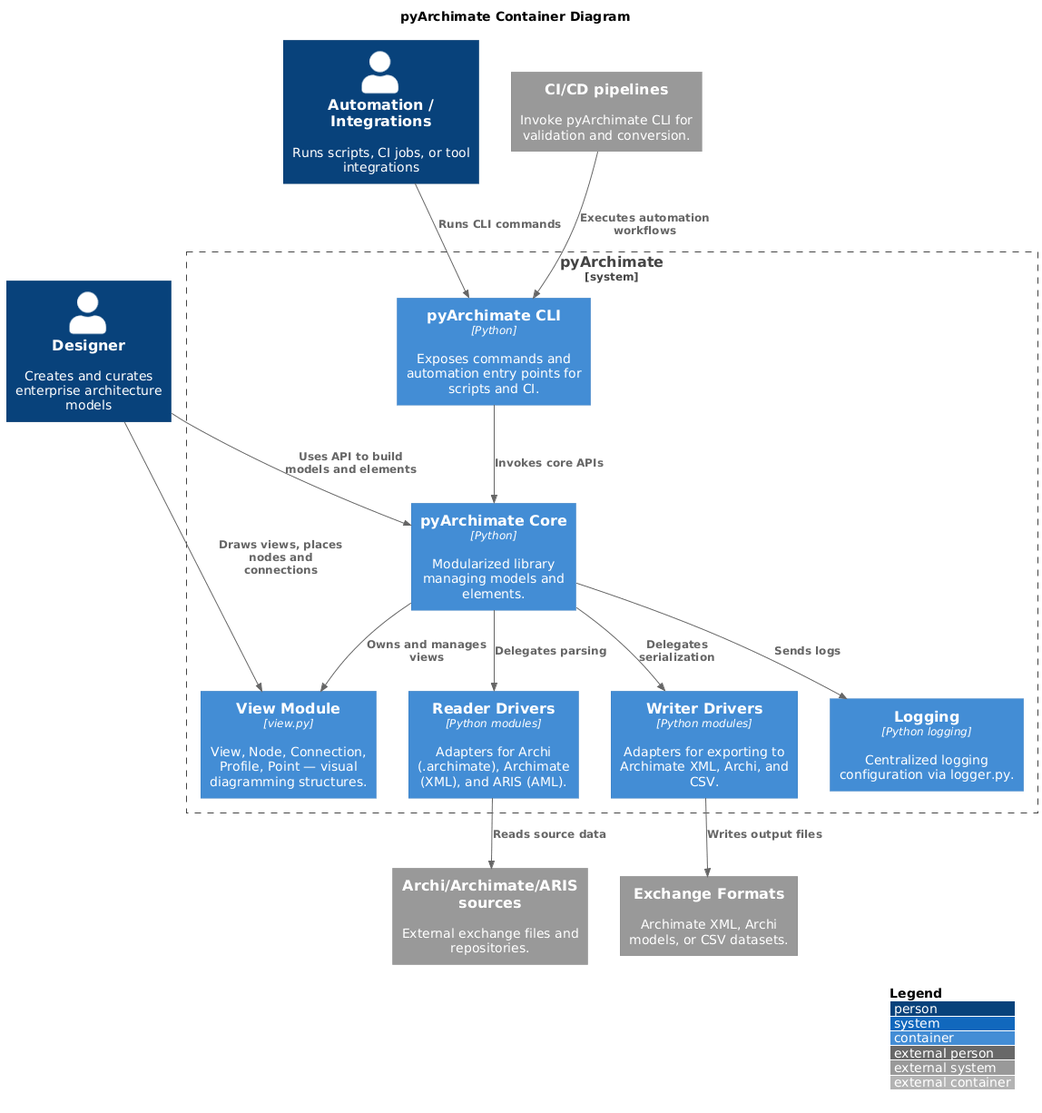
The PlantUML diagram docs/diagrams/c4_container.png in pyArchimate/pyArchimate, before a commit.
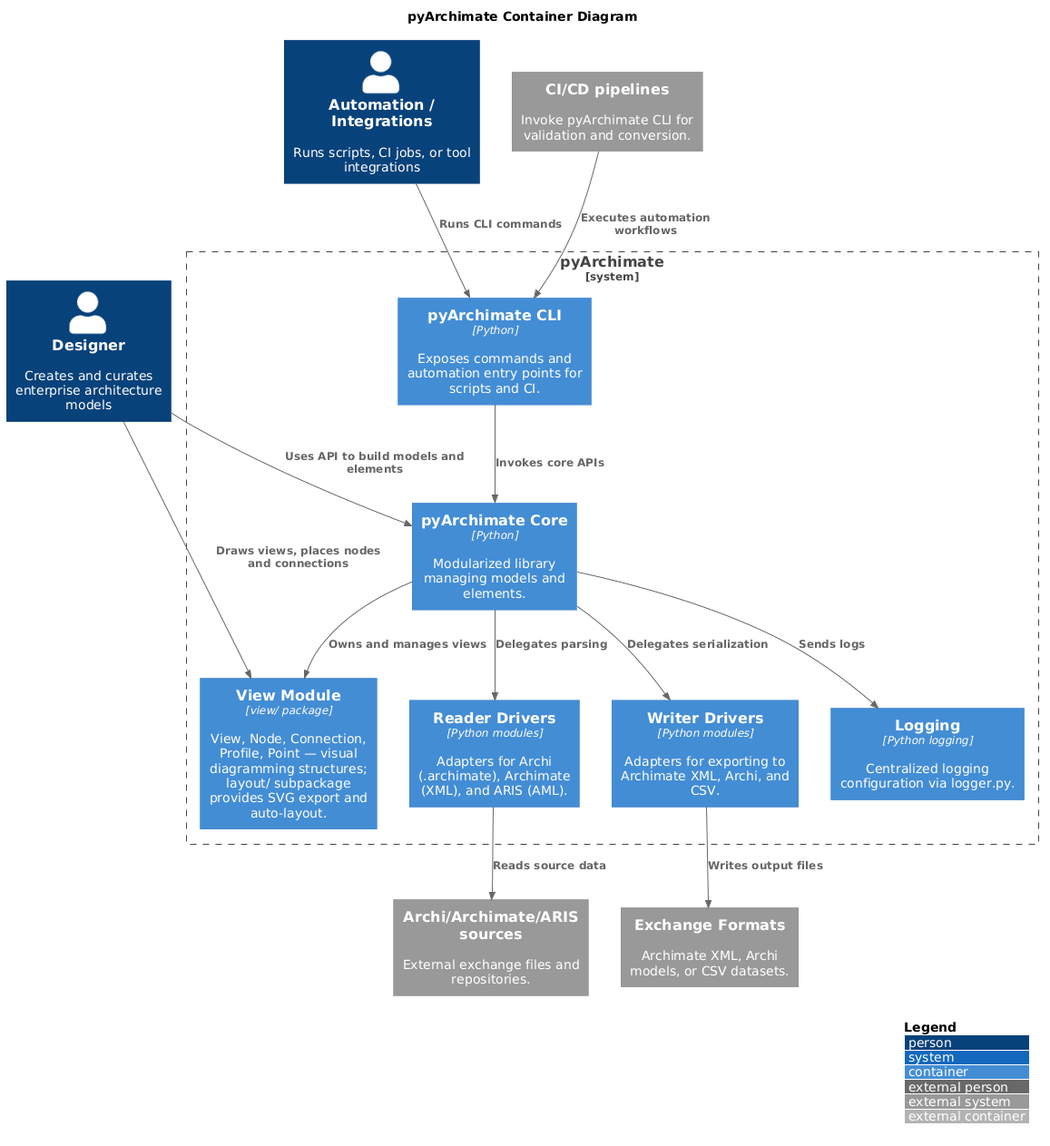
After the change.

Diff of the diagram source:
```diff
@@ -8,7 +8,7 @@
 
 System_Boundary(pyArchimateBoundary, "pyArchimate") {
   Container(pyArchimateLib, "pyArchimate Core", "Python", "Modularized library managing models and elements.")
-  Container(viewMod, "View Module", "view.py", "View, Node, Connection, Profile, Point — visual diagramming structures.")
+  Container(viewMod, "View Module", "view/ package", "View, Node, Connection, Profile, Point — visual diagramming structures; layout/ subpackage provides SVG export and auto-layout.")
   Container(cli, "pyArchimate CLI", "Python", "Exposes commands and automation entry points for scripts and CI.")
   Container(readers, "Reader Drivers", "Python modules", "Adapters for Archi (.archimate), Archimate (XML), and ARIS (AML).")
   Container(writers, "Writer Drivers", "Python modules", "Adapters for exporting to Archimate XML, Archi, and CSV.")
```
